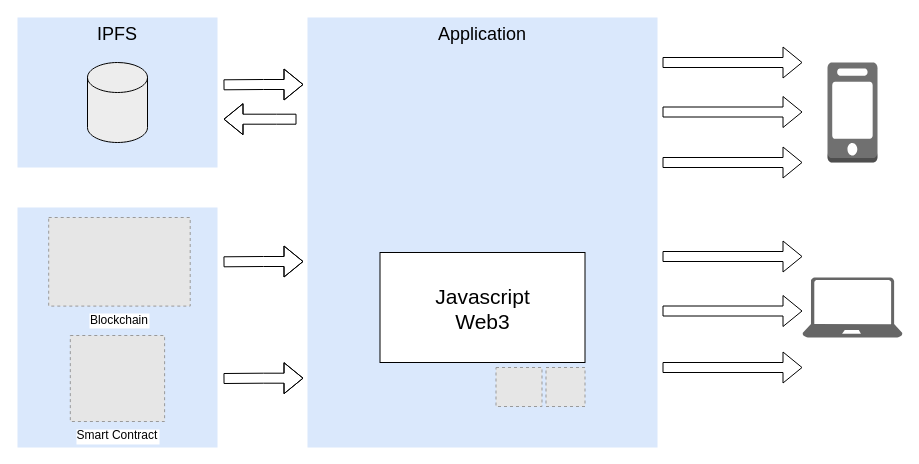
This is projects/p3_eth_dapp_supplychain/write-ups/overall_architecture.drawio from pongsak-s/Nanodegree_BlockchainDev, a draw.io file, before an edit. Source tidied: cells renumbered, new cells numbered last; positions are measured from the earlier drawing's top-left corner, leaving out a move shared by most shapes. Both pictures are drawn from the tidied source at 100%, with x=0, y=0 at pixel (17, 17). Pictures stored in the file or linked from it are replaced by grey dashed boxes.
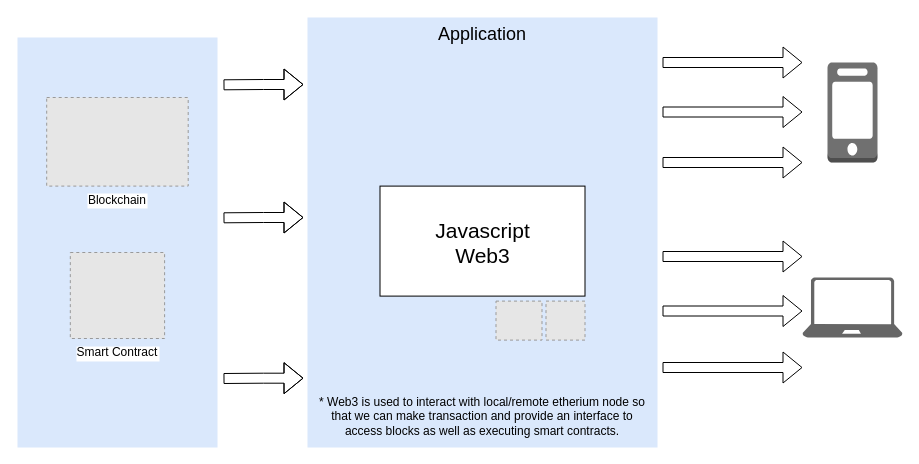
The same page after the edit.

Diff of the diagram source:
```diff
@@
-    <mxCell id="3" value="&lt;font style=&quot;font-size: 18px&quot;&gt;IPFS&lt;/font&gt;" style="whiteSpace=wrap;html=1;fillColor=#dae8fc;fontSize=14;strokeColor=none;verticalAlign=top;" parent="1" vertex="1">
-      <mxGeometry width="200" height="150" as="geometry" />
-    </mxCell>
     <mxCell id="4" style="whiteSpace=wrap;html=1;fillColor=#dae8fc;fontSize=14;strokeColor=none;verticalAlign=top;" parent="1" vertex="1">
-      <mxGeometry y="190" width="200" height="240" as="geometry" />
+      <mxGeometry y="20" width="200" height="410" as="geometry" />
     </mxCell>
@@
     <mxCell id="13" value="&lt;div style=&quot;font-size: 21px&quot;&gt;&lt;font style=&quot;font-size: 21px&quot;&gt;&lt;br&gt;&lt;/font&gt;&lt;/div&gt;&lt;div style=&quot;font-size: 21px&quot;&gt;&lt;font style=&quot;font-size: 21px&quot;&gt;Javascript&lt;/font&gt;&lt;/div&gt;&lt;font style=&quot;font-size: 21px&quot;&gt;&lt;div&gt;Web3&lt;/div&gt;&lt;/font&gt;" style="whiteSpace=wrap;html=1;fontSize=14;verticalAlign=top;align=center;" parent="1" vertex="1">
-      <mxGeometry x="362.5" y="235" width="205" height="110" as="geometry" />
+      <mxGeometry x="362.5" y="168.6" width="205" height="110" as="geometry" />
     </mxCell>
     <mxCell id="14" style="fillColor=#E6E6E6;strokeColor=#999999;dashed=1;verticalLabelPosition=bottom;labelBackgroundColor=#ffffff;verticalAlign=top;" parent="1" vertex="1">
-      <mxGeometry x="528.5" y="350" width="39" height="39" as="geometry" />
+      <mxGeometry x="528.5" y="283.6" width="39" height="39" as="geometry" />
     </mxCell>
     <mxCell id="15" style="fillColor=#E6E6E6;strokeColor=#999999;dashed=1;verticalLabelPosition=bottom;labelBackgroundColor=#ffffff;verticalAlign=top;" parent="1" vertex="1">
-      <mxGeometry x="478.5" y="350" width="46" height="39" as="geometry" />
+      <mxGeometry x="478.5" y="283.6" width="46" height="39" as="geometry" />
     </mxCell>
-    <mxCell id="16" style="shape=cylinder3;whiteSpace=wrap;html=1;boundedLbl=1;backgroundOutline=1;size=15;fillColor=#EDEDED;" parent="1" vertex="1">
-      <mxGeometry x="70" y="45" width="60" height="80" as="geometry" />
-    </mxCell>
     <mxCell id="17" value="Blockchain" style="fillColor=#E6E6E6;strokeColor=#999999;dashed=1;verticalLabelPosition=bottom;labelBackgroundColor=#ffffff;verticalAlign=top;" parent="1" vertex="1">
-      <mxGeometry x="31.2" y="200" width="141.5" height="88.6" as="geometry" />
+      <mxGeometry x="29.2" y="80" width="141.5" height="88.6" as="geometry" />
     </mxCell>
     <mxCell id="18" value="Smart Contract" style="fillColor=#E6E6E6;strokeColor=#999999;dashed=1;verticalLabelPosition=bottom;labelBackgroundColor=#ffffff;verticalAlign=top;" parent="1" vertex="1">
-      <mxGeometry x="52.8" y="318" width="94.3" height="86" as="geometry" />
+      <mxGeometry x="52.8" y="235" width="94.3" height="86" as="geometry" />
     </mxCell>
@@
-    <mxCell id="20" style="shape=flexArrow;endArrow=classic;html=1;" parent="1" edge="1">
-      <mxGeometry relative="1" as="geometry">
-        <mxPoint x="279" y="101.7" as="sourcePoint" />
-        <mxPoint x="206" y="101.7" as="targetPoint" />
-        <Array as="points">
-          <mxPoint x="239" y="101.7" />
-          <mxPoint x="259" y="101.7" />
-        </Array>
-      </mxGeometry>
-    </mxCell>
     <mxCell id="21" style="shape=flexArrow;endArrow=classic;html=1;" parent="1" edge="1">
       <mxGeometry relative="1" as="geometry">
-        <mxPoint x="206" y="244.3" as="sourcePoint" />
-        <mxPoint x="286" y="244" as="targetPoint" />
+        <mxPoint x="206" y="200.3" as="sourcePoint" />
+        <mxPoint x="286" y="200" as="targetPoint" />
         <Array as="points">
-          <mxPoint x="246" y="244" />
+          <mxPoint x="246" y="200" />
         </Array>
       </mxGeometry>
     </mxCell>
@@
+    <mxCell id="23" value="* Web3 is used to interact with local/remote etherium node so that we can make transaction and provide an interface to access blocks as well as executing smart contracts." style="text;html=1;strokeColor=none;fillColor=none;align=center;verticalAlign=middle;whiteSpace=wrap;rounded=0;" parent="1" vertex="1">
+      <mxGeometry x="300" y="373.6" width="330" height="50" as="geometry" />
+    </mxCell>
```
